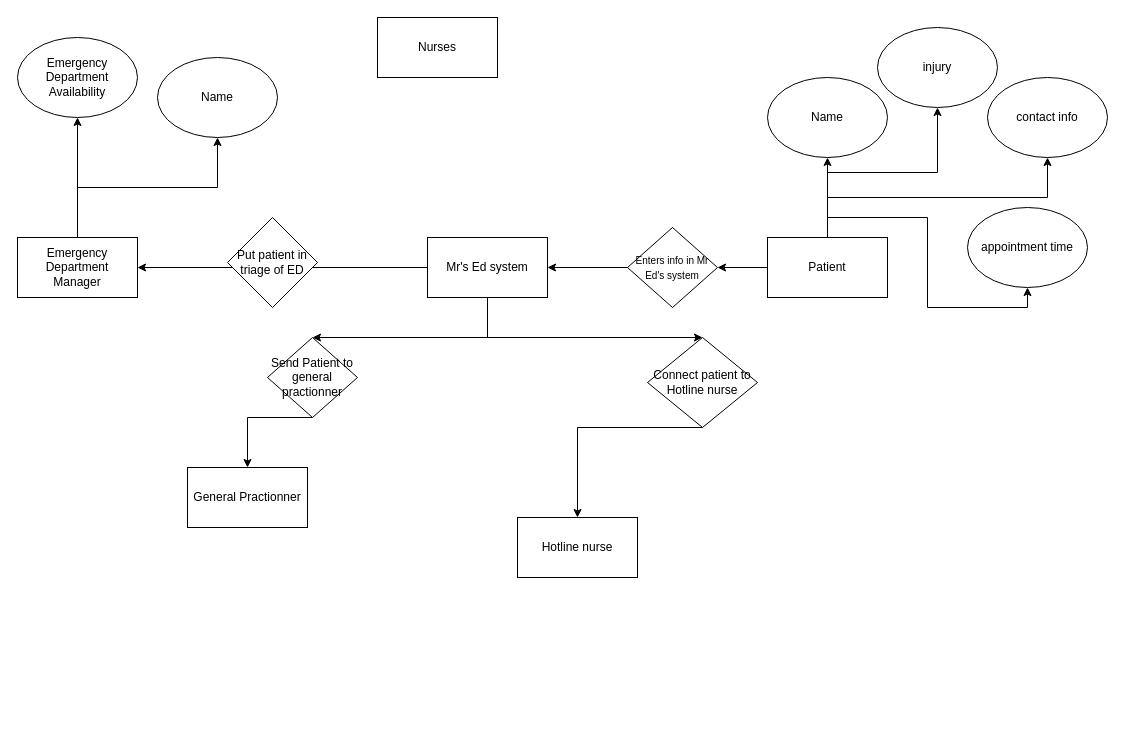
SENG-350-2024-fall/Team9 keeps this draw.io diagram as EliorWork/ERD.drawio. Above is the earlier version. Source tidied: cells renumbered, new cells numbered last; positions are measured from the earlier drawing's top-left corner, leaving out a move shared by most shapes. Both pictures are drawn from the tidied source at 100%, with x=0, y=0 at pixel (17, 17).
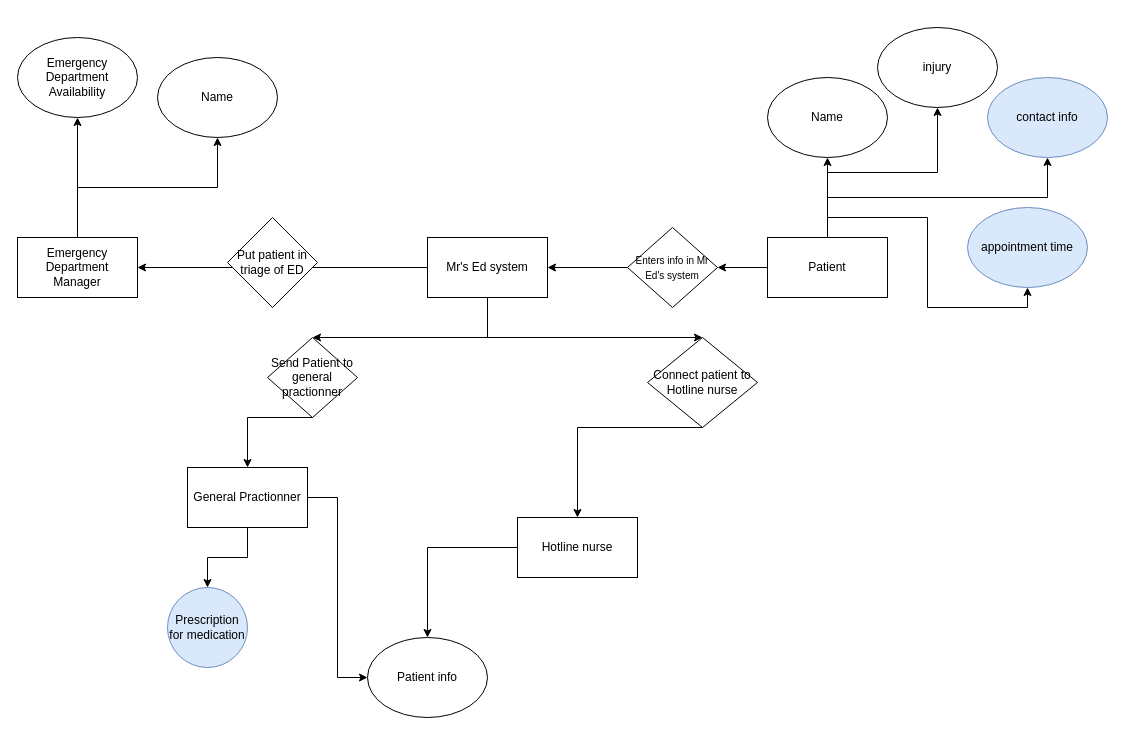
Above is the later version.

The change refers to these unchanged cells:
```xml
<mxCell id="3" value="Hotline nurse" style="rounded=0;whiteSpace=wrap;html=1;" parent="1" vertex="1">
  <mxGeometry x="500" y="500" width="120" height="60" as="geometry" />
</mxCell>
<mxCell id="7" value="General Practionner" style="rounded=0;whiteSpace=wrap;html=1;" parent="1" vertex="1">
  <mxGeometry x="170" y="450" width="120" height="60" as="geometry" />
</mxCell>
```

What changed in the source:
```diff
@@
-    <mxCell id="2" value="Nurses" style="rounded=0;whiteSpace=wrap;html=1;" parent="1" vertex="1">
-      <mxGeometry x="360" width="120" height="60" as="geometry" />
-    </mxCell>
+    <mxCell id="31" style="edgeStyle=orthogonalEdgeStyle;rounded=0;jettySize=auto;html=1;" parent="1" edge="1" source="3" target="34">
+      <mxGeometry relative="1" as="geometry" />
+    </mxCell>
@@
+    <mxCell id="32" style="edgeStyle=orthogonalEdgeStyle;rounded=0;jettySize=auto;html=1;entryX=0;entryY=0.5;entryDx=0;entryDy=0;" parent="1" edge="1" source="7" target="34">
+      <mxGeometry relative="1" as="geometry" />
+    </mxCell>
+    <mxCell id="33" style="edgeStyle=orthogonalEdgeStyle;rounded=0;jettySize=auto;html=1;" parent="1" edge="1" source="7" target="35">
+      <mxGeometry relative="1" as="geometry" />
+    </mxCell>
@@
-    <mxCell id="10" value="contact info" style="ellipse;whiteSpace=wrap;html=1;" parent="1" vertex="1">
+    <mxCell id="10" value="contact info" style="ellipse;whiteSpace=wrap;html=1;fillColor=#dae8fc;strokeColor=#6c8ebf;" parent="1" vertex="1">
       <mxGeometry x="970" y="60" width="120" height="80" as="geometry" />
     </mxCell>
@@
-    <mxCell id="14" value="appointment time" style="ellipse;whiteSpace=wrap;html=1;" parent="1" vertex="1">
+    <mxCell id="14" value="appointment time" style="ellipse;whiteSpace=wrap;html=1;fillColor=#dae8fc;strokeColor=#6c8ebf;" parent="1" vertex="1">
       <mxGeometry x="950" y="190" width="120" height="80" as="geometry" />
     </mxCell>
@@
+    <mxCell id="34" value="Patient info" style="ellipse;whiteSpace=wrap;html=1;rounded=0;" parent="1" vertex="1">
+      <mxGeometry x="350" y="620" width="120" height="80" as="geometry" />
+    </mxCell>
+    <mxCell id="35" value="Prescription for medication" style="ellipse;whiteSpace=wrap;html=1;rounded=0;fillColor=#dae8fc;strokeColor=#6c8ebf;" parent="1" vertex="1">
+      <mxGeometry x="150" y="570" width="80" height="80" as="geometry" />
+    </mxCell>
```
